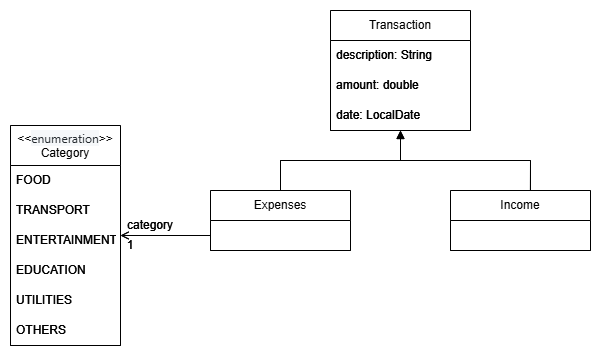
Earlier version of the draw.io export docs/diagrams/ExpenseAndIncomeClassDiagram.drawio.png (telferang/tp). Source tidied: cells renumbered, new cells last; positions are measured from the earlier drawing's top-left corner, leaving out a move shared by most shapes.
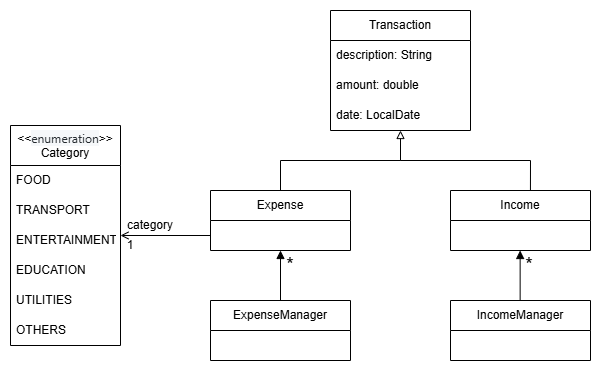
After the commit.

What changed in the source:
```diff
@@ -2,137 +2,94 @@
   <root>
     <mxCell id="0" />
     <mxCell id="1" parent="0" />
-    <mxCell id="2" value="&lt;font style=&quot;font-size: 12px;&quot;&gt;&amp;lt;&amp;lt;&lt;span style=&quot;color: rgb(36, 41, 46); font-family: system-ui, -apple-system, &amp;quot;Segoe UI&amp;quot;, Roboto, &amp;quot;Helvetica Neue&amp;quot;, Arial, &amp;quot;Noto Sans&amp;quot;, &amp;quot;Liberation Sans&amp;quot;, sans-serif, &amp;quot;Apple Color Emoji&amp;quot;, &amp;quot;Segoe UI Emoji&amp;quot;, &amp;quot;Segoe UI Symbol&amp;quot;, &amp;quot;Noto Color Emoji&amp;quot;; text-align: justify; background-color: rgb(246, 248, 250);&quot;&gt;enumeration&lt;/span&gt;&amp;gt;&amp;gt;&lt;/font&gt;&lt;div&gt;&lt;font style=&quot;font-size: 12px;&quot;&gt;Category&lt;/font&gt;&lt;/div&gt;" style="swimlane;fontStyle=0;horizontal=1;startSize=40;whiteSpace=wrap;html=1;" parent="1" vertex="1">
-      <mxGeometry y="115" width="110" height="220" as="geometry" />
-    </mxCell>
-    <mxCell id="3" value="&lt;font style=&quot;font-size: 12px;&quot;&gt;FOOD&lt;/font&gt;" style="text;strokeColor=none;fillColor=none;align=left;verticalAlign=middle;spacingLeft=4;spacingRight=4;overflow=hidden;whiteSpace=wrap;html=1;" parent="2" vertex="1">
-      <mxGeometry y="40" width="110" height="30" as="geometry" />
-    </mxCell>
-    <mxCell id="4" value="&lt;font style=&quot;font-size: 12px;&quot;&gt;TRANSPORT&lt;/font&gt;" style="text;strokeColor=none;fillColor=none;align=left;verticalAlign=middle;spacingLeft=4;spacingRight=4;overflow=hidden;whiteSpace=wrap;html=1;" parent="2" vertex="1">
-      <mxGeometry y="70" width="110" height="30" as="geometry" />
-    </mxCell>
-    <mxCell id="5" value="ENTERTAINMENT" style="text;strokeColor=none;fillColor=none;align=left;verticalAlign=middle;spacingLeft=4;spacingRight=4;overflow=hidden;whiteSpace=wrap;html=1;" parent="2" vertex="1">
-      <mxGeometry y="100" width="110" height="30" as="geometry" />
-    </mxCell>
-    <mxCell id="6" value="EDUCATION" style="text;strokeColor=none;fillColor=none;align=left;verticalAlign=middle;spacingLeft=4;spacingRight=4;overflow=hidden;whiteSpace=wrap;html=1;" parent="2" vertex="1">
-      <mxGeometry y="130" width="110" height="30" as="geometry" />
-    </mxCell>
-    <mxCell id="7" value="UTILITIES" style="text;strokeColor=none;fillColor=none;align=left;verticalAlign=middle;spacingLeft=4;spacingRight=4;overflow=hidden;whiteSpace=wrap;html=1;" parent="2" vertex="1">
-      <mxGeometry y="160" width="110" height="30" as="geometry" />
-    </mxCell>
-    <mxCell id="8" value="OTHERS" style="text;strokeColor=none;fillColor=none;align=left;verticalAlign=middle;spacingLeft=4;spacingRight=4;overflow=hidden;whiteSpace=wrap;html=1;" parent="2" vertex="1">
-      <mxGeometry y="190" width="110" height="30" as="geometry" />
-    </mxCell>
-    <mxCell id="9" value="&lt;font style=&quot;font-size: 12px;&quot;&gt;Transaction&lt;/font&gt;" style="swimlane;fontStyle=0;horizontal=1;startSize=30;whiteSpace=wrap;html=1;" parent="1" vertex="1">
-      <mxGeometry x="320" width="140" height="120" as="geometry" />
-    </mxCell>
-    <mxCell id="10" value="description: String" style="text;strokeColor=none;fillColor=none;align=left;verticalAlign=middle;spacingLeft=4;spacingRight=4;overflow=hidden;whiteSpace=wrap;html=1;" parent="9" vertex="1">
-      <mxGeometry y="30" width="140" height="30" as="geometry" />
-    </mxCell>
-    <mxCell id="11" value="amount: double" style="text;strokeColor=none;fillColor=none;align=left;verticalAlign=middle;spacingLeft=4;spacingRight=4;overflow=hidden;whiteSpace=wrap;html=1;" parent="9" vertex="1">
-      <mxGeometry y="60" width="140" height="30" as="geometry" />
-    </mxCell>
-    <mxCell id="12" value="date: LocalDate" style="text;strokeColor=none;fillColor=none;align=left;verticalAlign=middle;spacingLeft=4;spacingRight=4;overflow=hidden;whiteSpace=wrap;html=1;" parent="9" vertex="1">
-      <mxGeometry y="90" width="140" height="30" as="geometry" />
-    </mxCell>
-    <mxCell id="13" style="edgeStyle=orthogonalEdgeStyle;rounded=0;jettySize=auto;html=1;entryX=1;entryY=0.5;entryDx=0;entryDy=0;endArrow=open;endFill=0;exitX=0;exitY=0.75;exitDx=0;exitDy=0;" parent="1" edge="1" source="14" target="2">
-      <mxGeometry relative="1" as="geometry" />
-    </mxCell>
-    <mxCell id="14" value="Expenses" style="swimlane;fontStyle=0;horizontal=1;startSize=30;whiteSpace=wrap;html=1;" parent="1" vertex="1">
-      <mxGeometry x="200" y="180" width="140" height="60" as="geometry" />
-    </mxCell>
-    <mxCell id="15" value="Income" style="swimlane;fontStyle=0;horizontal=1;startSize=30;whiteSpace=wrap;html=1;" parent="1" vertex="1">
-      <mxGeometry x="440" y="180" width="140" height="60" as="geometry" />
-    </mxCell>
-    <mxCell id="16" style="html=1;verticalAlign=bottom;endArrow=block;curved=0;rounded=0;exitX=0.5;exitY=0;exitDx=0;exitDy=0;" parent="1" edge="1" source="14">
-      <mxGeometry relative="1" as="geometry">
-        <mxPoint x="390" y="120" as="targetPoint" />
-        <Array as="points">
-          <mxPoint x="270" y="150" />
-          <mxPoint x="390" y="150" />
-        </Array>
-      </mxGeometry>
-    </mxCell>
-    <mxCell id="17" style="html=1;verticalAlign=bottom;endArrow=none;curved=0;rounded=0;exitX=0.571;exitY=0;exitDx=0;exitDy=0;exitPerimeter=0;endFill=0;" parent="1" edge="1" source="15">
-      <mxGeometry relative="1" as="geometry">
-        <mxPoint x="390" y="140" as="targetPoint" />
-        <Array as="points">
-          <mxPoint x="520" y="150" />
-          <mxPoint x="390" y="150" />
-        </Array>
-      </mxGeometry>
-    </mxCell>
-    <mxCell id="18" value="category" style="text;strokeColor=none;align=center;fillColor=none;html=1;verticalAlign=middle;whiteSpace=wrap;rounded=0;" parent="1" vertex="1">
-      <mxGeometry x="110" y="200" width="60" height="30" as="geometry" />
-    </mxCell>
-    <mxCell id="19" value="1" style="text;strokeColor=none;align=center;fillColor=none;html=1;verticalAlign=middle;whiteSpace=wrap;rounded=0;" parent="1" vertex="1">
-      <mxGeometry x="90" y="220" width="60" height="30" as="geometry" />
-    </mxCell>
-    <mxCell id="20" value="&lt;font style=&quot;font-size: 12px;&quot;&gt;&amp;lt;&amp;lt;&lt;span style=&quot;color: rgb(36, 41, 46); font-family: system-ui, -apple-system, &amp;quot;Segoe UI&amp;quot;, Roboto, &amp;quot;Helvetica Neue&amp;quot;, Arial, &amp;quot;Noto Sans&amp;quot;, &amp;quot;Liberation Sans&amp;quot;, sans-serif, &amp;quot;Apple Color Emoji&amp;quot;, &amp;quot;Segoe UI Emoji&amp;quot;, &amp;quot;Segoe UI Symbol&amp;quot;, &amp;quot;Noto Color Emoji&amp;quot;; text-align: justify; background-color: rgb(246, 248, 250);&quot;&gt;enumeration&lt;/span&gt;&amp;gt;&amp;gt;&lt;/font&gt;&lt;div&gt;&lt;font style=&quot;font-size: 12px;&quot;&gt;Category&lt;/font&gt;&lt;/div&gt;" style="swimlane;fontStyle=0;horizontal=1;startSize=40;whiteSpace=wrap;html=1;" parent="1" vertex="1">
-      <mxGeometry y="115" width="110" height="220" as="geometry" />
-    </mxCell>
-    <mxCell id="21" value="&lt;font style=&quot;font-size: 12px;&quot;&gt;FOOD&lt;/font&gt;" style="text;strokeColor=none;fillColor=none;align=left;verticalAlign=middle;spacingLeft=4;spacingRight=4;overflow=hidden;whiteSpace=wrap;html=1;" parent="20" vertex="1">
-      <mxGeometry y="40" width="110" height="30" as="geometry" />
-    </mxCell>
-    <mxCell id="22" value="&lt;font style=&quot;font-size: 12px;&quot;&gt;TRANSPORT&lt;/font&gt;" style="text;strokeColor=none;fillColor=none;align=left;verticalAlign=middle;spacingLeft=4;spacingRight=4;overflow=hidden;whiteSpace=wrap;html=1;" parent="20" vertex="1">
-      <mxGeometry y="70" width="110" height="30" as="geometry" />
-    </mxCell>
-    <mxCell id="23" value="ENTERTAINMENT" style="text;strokeColor=none;fillColor=none;align=left;verticalAlign=middle;spacingLeft=4;spacingRight=4;overflow=hidden;whiteSpace=wrap;html=1;" parent="20" vertex="1">
-      <mxGeometry y="100" width="110" height="30" as="geometry" />
-    </mxCell>
-    <mxCell id="24" value="EDUCATION" style="text;strokeColor=none;fillColor=none;align=left;verticalAlign=middle;spacingLeft=4;spacingRight=4;overflow=hidden;whiteSpace=wrap;html=1;" parent="20" vertex="1">
-      <mxGeometry y="130" width="110" height="30" as="geometry" />
-    </mxCell>
-    <mxCell id="25" value="UTILITIES" style="text;strokeColor=none;fillColor=none;align=left;verticalAlign=middle;spacingLeft=4;spacingRight=4;overflow=hidden;whiteSpace=wrap;html=1;" parent="20" vertex="1">
-      <mxGeometry y="160" width="110" height="30" as="geometry" />
-    </mxCell>
-    <mxCell id="26" value="OTHERS" style="text;strokeColor=none;fillColor=none;align=left;verticalAlign=middle;spacingLeft=4;spacingRight=4;overflow=hidden;whiteSpace=wrap;html=1;" parent="20" vertex="1">
-      <mxGeometry y="190" width="110" height="30" as="geometry" />
-    </mxCell>
-    <mxCell id="27" value="&lt;font style=&quot;font-size: 12px;&quot;&gt;Transaction&lt;/font&gt;" style="swimlane;fontStyle=0;horizontal=1;startSize=30;whiteSpace=wrap;html=1;" parent="1" vertex="1">
-      <mxGeometry x="320" width="140" height="120" as="geometry" />
-    </mxCell>
-    <mxCell id="28" value="description: String" style="text;strokeColor=none;fillColor=none;align=left;verticalAlign=middle;spacingLeft=4;spacingRight=4;overflow=hidden;whiteSpace=wrap;html=1;" parent="27" vertex="1">
-      <mxGeometry y="30" width="140" height="30" as="geometry" />
-    </mxCell>
-    <mxCell id="29" value="amount: double" style="text;strokeColor=none;fillColor=none;align=left;verticalAlign=middle;spacingLeft=4;spacingRight=4;overflow=hidden;whiteSpace=wrap;html=1;" parent="27" vertex="1">
-      <mxGeometry y="60" width="140" height="30" as="geometry" />
-    </mxCell>
-    <mxCell id="30" value="date: LocalDate" style="text;strokeColor=none;fillColor=none;align=left;verticalAlign=middle;spacingLeft=4;spacingRight=4;overflow=hidden;whiteSpace=wrap;html=1;" parent="27" vertex="1">
-      <mxGeometry y="90" width="140" height="30" as="geometry" />
-    </mxCell>
-    <mxCell id="31" style="edgeStyle=orthogonalEdgeStyle;rounded=0;jettySize=auto;html=1;entryX=1;entryY=0.5;entryDx=0;entryDy=0;endArrow=open;endFill=0;exitX=0;exitY=0.75;exitDx=0;exitDy=0;" parent="1" edge="1" source="32" target="20">
-      <mxGeometry relative="1" as="geometry" />
-    </mxCell>
-    <mxCell id="32" value="Expenses" style="swimlane;fontStyle=0;horizontal=1;startSize=30;whiteSpace=wrap;html=1;" parent="1" vertex="1">
-      <mxGeometry x="200" y="180" width="140" height="60" as="geometry" />
-    </mxCell>
-    <mxCell id="33" value="Income" style="swimlane;fontStyle=0;horizontal=1;startSize=30;whiteSpace=wrap;html=1;" parent="1" vertex="1">
-      <mxGeometry x="440" y="180" width="140" height="60" as="geometry" />
-    </mxCell>
-    <mxCell id="34" style="html=1;verticalAlign=bottom;endArrow=block;curved=0;rounded=0;exitX=0.5;exitY=0;exitDx=0;exitDy=0;" parent="1" edge="1" source="32">
-      <mxGeometry relative="1" as="geometry">
-        <mxPoint x="390" y="120" as="targetPoint" />
-        <Array as="points">
-          <mxPoint x="270" y="150" />
-          <mxPoint x="390" y="150" />
-        </Array>
-      </mxGeometry>
-    </mxCell>
-    <mxCell id="35" style="html=1;verticalAlign=bottom;endArrow=none;curved=0;rounded=0;exitX=0.571;exitY=0;exitDx=0;exitDy=0;exitPerimeter=0;endFill=0;" parent="1" edge="1" source="33">
-      <mxGeometry relative="1" as="geometry">
-        <mxPoint x="390" y="140" as="targetPoint" />
-        <Array as="points">
-          <mxPoint x="520" y="150" />
-          <mxPoint x="390" y="150" />
-        </Array>
-      </mxGeometry>
-    </mxCell>
-    <mxCell id="36" value="category" style="text;strokeColor=none;align=center;fillColor=none;html=1;verticalAlign=middle;whiteSpace=wrap;rounded=0;" parent="1" vertex="1">
-      <mxGeometry x="110" y="200" width="60" height="30" as="geometry" />
-    </mxCell>
-    <mxCell id="37" value="1" style="text;strokeColor=none;align=center;fillColor=none;html=1;verticalAlign=middle;whiteSpace=wrap;rounded=0;" parent="1" vertex="1">
-      <mxGeometry x="90" y="220" width="60" height="30" as="geometry" />
-    </mxCell>
+    <mxCell id="38" value="&lt;font style=&quot;font-size: 12px;&quot;&gt;&amp;lt;&amp;lt;&lt;span style=&quot;color: rgb(36, 41, 46); font-family: system-ui, -apple-system, &amp;quot;Segoe UI&amp;quot;, Roboto, &amp;quot;Helvetica Neue&amp;quot;, Arial, &amp;quot;Noto Sans&amp;quot;, &amp;quot;Liberation Sans&amp;quot;, sans-serif, &amp;quot;Apple Color Emoji&amp;quot;, &amp;quot;Segoe UI Emoji&amp;quot;, &amp;quot;Segoe UI Symbol&amp;quot;, &amp;quot;Noto Color Emoji&amp;quot;; text-align: justify; background-color: rgb(246, 248, 250);&quot;&gt;enumeration&lt;/span&gt;&amp;gt;&amp;gt;&lt;/font&gt;&lt;div&gt;&lt;font style=&quot;font-size: 12px;&quot;&gt;Category&lt;/font&gt;&lt;/div&gt;" style="swimlane;fontStyle=0;horizontal=1;startSize=40;whiteSpace=wrap;html=1;" parent="1" vertex="1">
+      <mxGeometry y="115" width="110" height="220" as="geometry" />
+    </mxCell>
+    <mxCell id="39" value="&lt;font style=&quot;font-size: 12px;&quot;&gt;FOOD&lt;/font&gt;" style="text;strokeColor=none;fillColor=none;align=left;verticalAlign=middle;spacingLeft=4;spacingRight=4;overflow=hidden;whiteSpace=wrap;html=1;" parent="38" vertex="1">
+      <mxGeometry y="40" width="110" height="30" as="geometry" />
+    </mxCell>
+    <mxCell id="40" value="&lt;font style=&quot;font-size: 12px;&quot;&gt;TRANSPORT&lt;/font&gt;" style="text;strokeColor=none;fillColor=none;align=left;verticalAlign=middle;spacingLeft=4;spacingRight=4;overflow=hidden;whiteSpace=wrap;html=1;" parent="38" vertex="1">
+      <mxGeometry y="70" width="110" height="30" as="geometry" />
+    </mxCell>
+    <mxCell id="41" value="ENTERTAINMENT" style="text;strokeColor=none;fillColor=none;align=left;verticalAlign=middle;spacingLeft=4;spacingRight=4;overflow=hidden;whiteSpace=wrap;html=1;" parent="38" vertex="1">
+      <mxGeometry y="100" width="110" height="30" as="geometry" />
+    </mxCell>
+    <mxCell id="42" value="EDUCATION" style="text;strokeColor=none;fillColor=none;align=left;verticalAlign=middle;spacingLeft=4;spacingRight=4;overflow=hidden;whiteSpace=wrap;html=1;" parent="38" vertex="1">
+      <mxGeometry y="130" width="110" height="30" as="geometry" />
+    </mxCell>
+    <mxCell id="43" value="UTILITIES" style="text;strokeColor=none;fillColor=none;align=left;verticalAlign=middle;spacingLeft=4;spacingRight=4;overflow=hidden;whiteSpace=wrap;html=1;" parent="38" vertex="1">
+      <mxGeometry y="160" width="110" height="30" as="geometry" />
+    </mxCell>
+    <mxCell id="44" value="OTHERS" style="text;strokeColor=none;fillColor=none;align=left;verticalAlign=middle;spacingLeft=4;spacingRight=4;overflow=hidden;whiteSpace=wrap;html=1;" parent="38" vertex="1">
+      <mxGeometry y="190" width="110" height="30" as="geometry" />
+    </mxCell>
+    <mxCell id="45" value="&lt;font style=&quot;font-size: 12px;&quot;&gt;Transaction&lt;/font&gt;" style="swimlane;fontStyle=0;horizontal=1;startSize=30;whiteSpace=wrap;html=1;" parent="1" vertex="1">
+      <mxGeometry x="320" width="140" height="120" as="geometry" />
+    </mxCell>
+    <mxCell id="46" value="description: String" style="text;strokeColor=none;fillColor=none;align=left;verticalAlign=middle;spacingLeft=4;spacingRight=4;overflow=hidden;whiteSpace=wrap;html=1;" parent="45" vertex="1">
+      <mxGeometry y="30" width="140" height="30" as="geometry" />
+    </mxCell>
+    <mxCell id="47" value="amount: double" style="text;strokeColor=none;fillColor=none;align=left;verticalAlign=middle;spacingLeft=4;spacingRight=4;overflow=hidden;whiteSpace=wrap;html=1;" parent="45" vertex="1">
+      <mxGeometry y="60" width="140" height="30" as="geometry" />
+    </mxCell>
+    <mxCell id="48" value="date: LocalDate" style="text;strokeColor=none;fillColor=none;align=left;verticalAlign=middle;spacingLeft=4;spacingRight=4;overflow=hidden;whiteSpace=wrap;html=1;" parent="45" vertex="1">
+      <mxGeometry y="90" width="140" height="30" as="geometry" />
+    </mxCell>
+    <mxCell id="49" style="edgeStyle=orthogonalEdgeStyle;rounded=0;jettySize=auto;html=1;entryX=1;entryY=0.5;entryDx=0;entryDy=0;endArrow=open;endFill=0;exitX=0;exitY=0.75;exitDx=0;exitDy=0;" parent="1" edge="1" source="50" target="38">
+      <mxGeometry relative="1" as="geometry" />
+    </mxCell>
+    <mxCell id="50" value="Expense" style="swimlane;fontStyle=0;horizontal=1;startSize=30;whiteSpace=wrap;html=1;" parent="1" vertex="1">
+      <mxGeometry x="200" y="180" width="140" height="60" as="geometry" />
+    </mxCell>
+    <mxCell id="51" value="Income" style="swimlane;fontStyle=0;horizontal=1;startSize=30;whiteSpace=wrap;html=1;" parent="1" vertex="1">
+      <mxGeometry x="440" y="180" width="140" height="60" as="geometry" />
+    </mxCell>
+    <mxCell id="52" style="html=1;verticalAlign=bottom;endArrow=block;curved=0;rounded=0;exitX=0.5;exitY=0;exitDx=0;exitDy=0;endFill=0;" parent="1" edge="1" source="50">
+      <mxGeometry relative="1" as="geometry">
+        <mxPoint x="390" y="120" as="targetPoint" />
+        <Array as="points">
+          <mxPoint x="270" y="150" />
+          <mxPoint x="390" y="150" />
+        </Array>
+      </mxGeometry>
+    </mxCell>
+    <mxCell id="53" style="html=1;verticalAlign=bottom;endArrow=none;curved=0;rounded=0;exitX=0.571;exitY=0;exitDx=0;exitDy=0;exitPerimeter=0;endFill=0;" parent="1" edge="1" source="51">
+      <mxGeometry relative="1" as="geometry">
+        <mxPoint x="390" y="140" as="targetPoint" />
+        <Array as="points">
+          <mxPoint x="520" y="150" />
+          <mxPoint x="390" y="150" />
+        </Array>
+      </mxGeometry>
+    </mxCell>
+    <mxCell id="54" value="category" style="text;strokeColor=none;align=center;fillColor=none;html=1;verticalAlign=middle;whiteSpace=wrap;rounded=0;" parent="1" vertex="1">
+      <mxGeometry x="110" y="200" width="60" height="30" as="geometry" />
+    </mxCell>
+    <mxCell id="55" value="1" style="text;strokeColor=none;align=center;fillColor=none;html=1;verticalAlign=middle;whiteSpace=wrap;rounded=0;" parent="1" vertex="1">
+      <mxGeometry x="90" y="220" width="60" height="30" as="geometry" />
+    </mxCell>
+    <mxCell id="56" value="IncomeManager" style="swimlane;fontStyle=0;horizontal=1;startSize=30;whiteSpace=wrap;html=1;" parent="1" vertex="1">
+      <mxGeometry x="440" y="290" width="140" height="60" as="geometry" />
+    </mxCell>
+    <mxCell id="57" value="ExpenseManager" style="swimlane;fontStyle=0;horizontal=1;startSize=30;whiteSpace=wrap;html=1;" parent="1" vertex="1">
+      <mxGeometry x="200" y="290" width="140" height="60" as="geometry" />
+    </mxCell>
+    <mxCell id="58" style="endArrow=block;html=1;rounded=0;endFill=1;entryX=0.5;entryY=1;entryDx=0;entryDy=0;" parent="1" edge="1" target="50">
+      <mxGeometry relative="1" as="geometry">
+        <mxPoint x="270" y="290" as="sourcePoint" />
+      </mxGeometry>
+    </mxCell>
+    <mxCell id="59" style="endArrow=block;html=1;rounded=0;endFill=1;entryX=0.5;entryY=1;entryDx=0;entryDy=0;" parent="1" edge="1">
+      <mxGeometry relative="1" as="geometry">
+        <mxPoint x="509.6" y="290" as="sourcePoint" />
+        <mxPoint x="509.6" y="240" as="targetPoint" />
+      </mxGeometry>
+    </mxCell>
+    <mxCell id="60" value="&lt;font style=&quot;font-size: 19px;&quot;&gt;*&lt;/font&gt;" style="text;strokeColor=none;align=center;fillColor=none;html=1;verticalAlign=middle;whiteSpace=wrap;rounded=0;" parent="1" vertex="1">
+      <mxGeometry x="250" y="240" width="60" height="30" as="geometry" />
+    </mxCell>
+    <mxCell id="61" value="&lt;font style=&quot;font-size: 19px;&quot;&gt;*&lt;/font&gt;" style="text;strokeColor=none;align=center;fillColor=none;html=1;verticalAlign=middle;whiteSpace=wrap;rounded=0;" parent="1" vertex="1">
+      <mxGeometry x="489" y="240" width="60" height="30" as="geometry" />
+    </mxCell>
   </root>
 </mxGraphModel>
```
